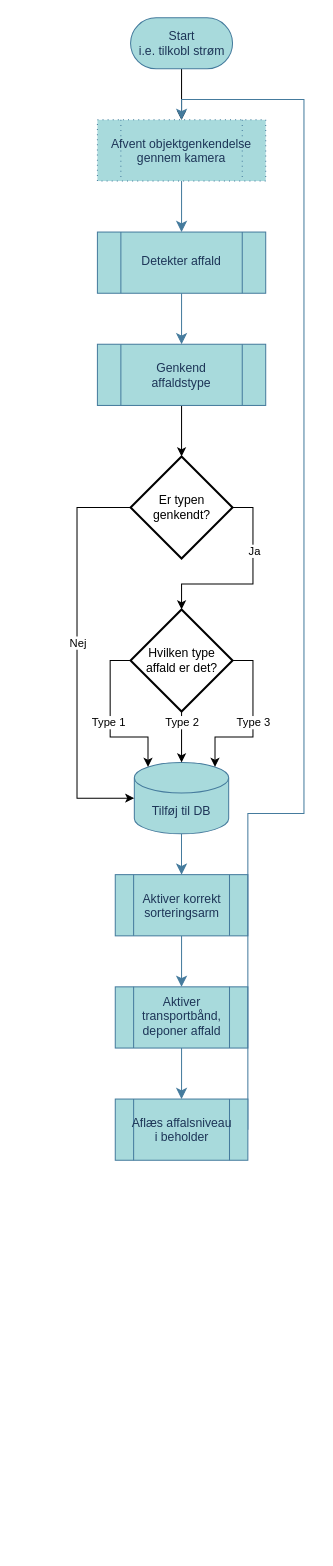
This is hardware.drawio from KEA-F25-B8-IoT2/SAAS, a draw.io file, before an edit. Source tidied: cells renumbered, new cells numbered last; positions are measured from the earlier drawing's top-left corner, leaving out a move shared by most shapes. Both pictures are drawn from the tidied source at 102%, with x=0, y=0 at pixel (76, 17).
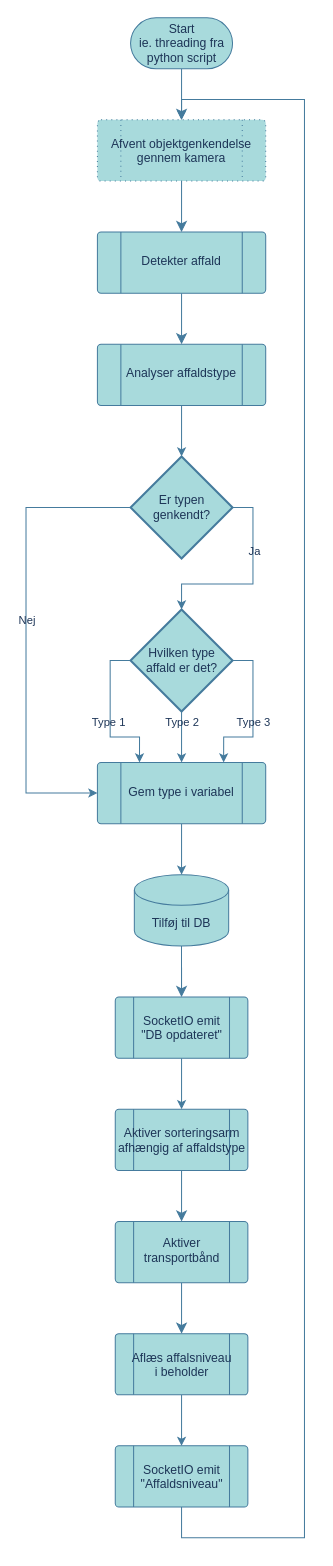
Above is the later version.

Diff of the diagram source:
```diff
@@
-    <mxCell id="2" style="edgeStyle=orthogonalEdgeStyle;rounded=0;jettySize=auto;html=1;" parent="1" edge="1" source="3" target="5">
+    <mxCell id="2" style="edgeStyle=orthogonalEdgeStyle;rounded=0;jettySize=auto;html=1;labelBackgroundColor=none;strokeColor=#457B9D;fontColor=default;" parent="1" edge="1" source="3" target="5">
       <mxGeometry relative="1" as="geometry" />
     </mxCell>
-    <mxCell id="3" value="Start&lt;br&gt;i.e. tilkobl strøm" style="html=1;dashed=0;whiteSpace=wrap;shape=mxgraph.dfd.start;rounded=0;labelBackgroundColor=none;fillColor=#A8DADC;strokeColor=#457B9D;fontColor=#1D3557;" parent="1" vertex="1">
+    <mxCell id="3" value="Start&lt;div&gt;ie. threading fra python script&lt;/div&gt;" style="html=1;dashed=0;whiteSpace=wrap;shape=mxgraph.dfd.start;rounded=0;labelBackgroundColor=none;fillColor=#A8DADC;strokeColor=#457B9D;fontColor=#1D3557;" parent="1" vertex="1">
       <mxGeometry x="52.5" width="100" height="50" as="geometry" />
     </mxCell>
@@
-    <mxCell id="5" value="Afvent objektgenkendelse&lt;br&gt;gennem kamera" style="verticalLabelPosition=bottom;verticalAlign=top;html=1;shape=process;whiteSpace=wrap;rounded=0;size=0.14;arcSize=6;align=center;spacingTop=-50;strokeColor=#457B9D;dashed=1;dashPattern=1 4;labelBackgroundColor=none;fillColor=#A8DADC;fontColor=#1D3557;" parent="1" vertex="1">
+    <mxCell id="5" value="Afvent objektgenkendelse&lt;br&gt;gennem kamera" style="verticalLabelPosition=bottom;verticalAlign=top;html=1;shape=process;whiteSpace=wrap;rounded=1;size=0.14;arcSize=6;align=center;spacingTop=-50;strokeColor=#457B9D;dashed=1;dashPattern=1 4;labelBackgroundColor=none;fillColor=#A8DADC;fontColor=#1D3557;" parent="1" vertex="1">
       <mxGeometry x="20" y="100" width="165" height="60" as="geometry" />
     </mxCell>
-    <mxCell id="6" style="edgeStyle=orthogonalEdgeStyle;rounded=0;jettySize=auto;html=1;" parent="1" edge="1" source="7" target="18">
+    <mxCell id="6" style="edgeStyle=orthogonalEdgeStyle;rounded=0;jettySize=auto;html=1;labelBackgroundColor=none;strokeColor=#457B9D;fontColor=default;" parent="1" edge="1" source="7" target="18">
       <mxGeometry relative="1" as="geometry" />
     </mxCell>
-    <mxCell id="7" value="Genkend&lt;br&gt;affaldstype" style="verticalLabelPosition=bottom;verticalAlign=top;html=1;shape=process;whiteSpace=wrap;rounded=0;size=0.14;arcSize=6;align=center;spacingTop=-50;labelBackgroundColor=none;fillColor=#A8DADC;strokeColor=#457B9D;fontColor=#1D3557;" parent="1" vertex="1">
+    <mxCell id="7" value="Analyser affaldstype" style="verticalLabelPosition=bottom;verticalAlign=top;html=1;shape=process;whiteSpace=wrap;rounded=1;size=0.14;arcSize=6;align=center;spacingTop=-45;labelBackgroundColor=none;fillColor=#A8DADC;strokeColor=#457B9D;fontColor=#1D3557;" parent="1" vertex="1">
       <mxGeometry x="20" y="320" width="165" height="60" as="geometry" />
     </mxCell>
-    <mxCell id="8" style="edgeStyle=none;curved=1;rounded=0;jettySize=auto;html=1;exitX=0.5;exitY=1;exitDx=0;exitDy=0;exitPerimeter=0;strokeColor=#457B9D;fontSize=12;fontColor=#1D3557;startSize=8;endSize=8;fillColor=#A8DADC;" parent="1" edge="1" source="9" target="11">
+    <mxCell id="8" style="edgeStyle=none;curved=1;rounded=0;jettySize=auto;html=1;exitX=0.5;exitY=1;exitDx=0;exitDy=0;exitPerimeter=0;strokeColor=#457B9D;fontSize=12;fontColor=default;startSize=8;endSize=8;fillColor=#A8DADC;entryX=0.5;entryY=0;entryDx=0;entryDy=0;labelBackgroundColor=none;" parent="1" edge="1" source="9" target="35">
       <mxGeometry relative="1" as="geometry" />
     </mxCell>
     <mxCell id="9" value="Tilføj til DB" style="shape=cylinder3;whiteSpace=wrap;html=1;boundedLbl=1;backgroundOutline=1;size=15;rounded=0;labelBackgroundColor=none;fillColor=#A8DADC;strokeColor=#457B9D;fontColor=#1D3557;" parent="1" vertex="1">
-      <mxGeometry x="56.2" y="730" width="92.5" height="70" as="geometry" />
+      <mxGeometry x="56.2" y="840" width="92.5" height="70" as="geometry" />
     </mxCell>
@@
-    <mxCell id="11" value="Aktiver korrekt&lt;div&gt;sorteringsarm&lt;/div&gt;" style="verticalLabelPosition=bottom;verticalAlign=top;html=1;shape=process;whiteSpace=wrap;rounded=0;size=0.14;arcSize=6;align=center;spacingTop=-50;labelBackgroundColor=none;fillColor=#A8DADC;strokeColor=#457B9D;fontColor=#1D3557;" parent="1" vertex="1">
-      <mxGeometry x="37.5" y="840" width="130" height="60" as="geometry" />
+    <mxCell id="11" value="Aktiver sorteringsarm&lt;div&gt;afhængig af affaldstype&lt;/div&gt;" style="verticalLabelPosition=bottom;verticalAlign=top;html=1;shape=process;whiteSpace=wrap;rounded=1;size=0.14;arcSize=6;align=center;spacingTop=-50;labelBackgroundColor=none;fillColor=#A8DADC;strokeColor=#457B9D;fontColor=#1D3557;" parent="1" vertex="1">
+      <mxGeometry x="37.5" y="1070" width="130" height="60" as="geometry" />
     </mxCell>
@@
-    <mxCell id="13" value="Detekter affald" style="verticalLabelPosition=bottom;verticalAlign=top;html=1;shape=process;whiteSpace=wrap;rounded=0;size=0.14;arcSize=6;align=center;spacingTop=-45;labelBackgroundColor=none;fillColor=#A8DADC;strokeColor=#457B9D;fontColor=#1D3557;" parent="1" vertex="1">
+    <mxCell id="13" value="Detekter affald" style="verticalLabelPosition=bottom;verticalAlign=top;html=1;shape=process;whiteSpace=wrap;rounded=1;size=0.14;arcSize=6;align=center;spacingTop=-45;labelBackgroundColor=none;fillColor=#A8DADC;strokeColor=#457B9D;fontColor=#1D3557;" parent="1" vertex="1">
       <mxGeometry x="20" y="210" width="165" height="60" as="geometry" />
     </mxCell>
@@
-    <mxCell id="15" value="Aktiver &lt;br&gt;transportbånd,&lt;br&gt;deponer affald" style="verticalLabelPosition=bottom;verticalAlign=top;html=1;shape=process;whiteSpace=wrap;rounded=0;size=0.14;arcSize=6;align=center;spacingTop=-59;labelBackgroundColor=none;fillColor=#A8DADC;strokeColor=#457B9D;fontColor=#1D3557;" parent="1" vertex="1">
-      <mxGeometry x="37.5" y="950" width="130" height="60" as="geometry" />
+    <mxCell id="15" value="Aktiver &lt;br&gt;transportbånd" style="verticalLabelPosition=bottom;verticalAlign=top;html=1;shape=process;whiteSpace=wrap;rounded=1;size=0.14;arcSize=6;align=center;spacingTop=-52;labelBackgroundColor=none;fillColor=#A8DADC;strokeColor=#457B9D;fontColor=#1D3557;" parent="1" vertex="1">
+      <mxGeometry x="37.5" y="1180" width="130" height="60" as="geometry" />
     </mxCell>
-    <mxCell id="16" style="edgeStyle=orthogonalEdgeStyle;rounded=0;jettySize=auto;html=1;exitX=1;exitY=0.5;exitDx=0;exitDy=0;entryX=0.5;entryY=0;entryDx=0;entryDy=0;fontSize=12;startSize=8;endSize=8;labelBackgroundColor=none;strokeColor=#457B9D;fontColor=default;" parent="1" edge="1" source="17" target="5">
+    <mxCell id="16" style="edgeStyle=orthogonalEdgeStyle;rounded=0;jettySize=auto;html=1;exitX=0.5;exitY=1;exitDx=0;exitDy=0;entryX=0.5;entryY=0;entryDx=0;entryDy=0;fontSize=12;startSize=8;endSize=8;labelBackgroundColor=none;strokeColor=#457B9D;fontColor=default;" parent="1" edge="1" source="36" target="5">
       <mxGeometry relative="1" as="geometry">
         <Array as="points">
-          <mxPoint x="222.5" y="780" />
-          <mxPoint x="222.5" y="80" />
-          <mxPoint x="102.5" y="80" />
+          <mxPoint x="103" y="1490" />
+          <mxPoint x="223" y="1490" />
+          <mxPoint x="223" y="80" />
+          <mxPoint x="103" y="80" />
         </Array>
       </mxGeometry>
     </mxCell>
+    <mxCell id="30" style="edgeStyle=orthogonalEdgeStyle;rounded=0;jettySize=auto;html=1;labelBackgroundColor=none;strokeColor=#457B9D;fontColor=default;" parent="1" edge="1" source="17" target="36">
+      <mxGeometry relative="1" as="geometry" />
+    </mxCell>
-    <mxCell id="17" value="Aflæs affalsniveau&lt;br&gt;i beholder" style="verticalLabelPosition=bottom;verticalAlign=top;html=1;shape=process;whiteSpace=wrap;rounded=0;size=0.14;arcSize=6;align=center;spacingTop=-50;labelBackgroundColor=none;fillColor=#A8DADC;strokeColor=#457B9D;fontColor=#1D3557;" parent="1" vertex="1">
-      <mxGeometry x="37.5" y="1060" width="130" height="60" as="geometry" />
+    <mxCell id="17" value="Aflæs affalsniveau&lt;br&gt;i beholder" style="verticalLabelPosition=bottom;verticalAlign=top;html=1;shape=process;whiteSpace=wrap;rounded=1;size=0.14;arcSize=6;align=center;spacingTop=-50;labelBackgroundColor=none;fillColor=#A8DADC;strokeColor=#457B9D;fontColor=#1D3557;" parent="1" vertex="1">
+      <mxGeometry x="37.5" y="1290" width="130" height="60" as="geometry" />
     </mxCell>
-    <mxCell id="18" value="Er typen genkendt?" style="strokeWidth=2;html=1;shape=mxgraph.flowchart.decision;whiteSpace=wrap;" parent="1" vertex="1">
+    <mxCell id="18" value="Er typen genkendt?" style="strokeWidth=2;html=1;shape=mxgraph.flowchart.decision;whiteSpace=wrap;labelBackgroundColor=none;fillColor=#A8DADC;strokeColor=#457B9D;fontColor=#1D3557;" parent="1" vertex="1">
       <mxGeometry x="52.5" y="430" width="100" height="100" as="geometry" />
     </mxCell>
-    <mxCell id="19" style="edgeStyle=orthogonalEdgeStyle;rounded=0;jettySize=auto;html=1;" parent="1" edge="1" source="21" target="9">
-      <mxGeometry relative="1" as="geometry" />
-    </mxCell>
+    <mxCell id="31" style="edgeStyle=orthogonalEdgeStyle;rounded=0;jettySize=auto;html=1;labelBackgroundColor=none;strokeColor=#457B9D;fontColor=default;" parent="1" edge="1" source="21" target="33">
+      <mxGeometry relative="1" as="geometry" />
+    </mxCell>
-    <mxCell id="20" value="Type 2" style="edgeLabel;html=1;align=center;verticalAlign=middle;" parent="19" vertex="1">
-      <mxGeometry x="0.28" y="-2" relative="1" as="geometry">
-        <mxPoint x="2" y="-22" as="offset" />
+    <mxCell id="20" value="Type 2" style="edgeLabel;html=1;align=center;verticalAlign=middle;labelBackgroundColor=none;fontColor=#1D3557;" parent="31" vertex="1">
+      <mxGeometry x="0.2" y="3" relative="1" as="geometry">
+        <mxPoint x="-3" y="-20" as="offset" />
       </mxGeometry>
     </mxCell>
-    <mxCell id="21" value="Hvilken type &lt;br&gt;affald er det?" style="strokeWidth=2;html=1;shape=mxgraph.flowchart.decision;whiteSpace=wrap;" parent="1" vertex="1">
+    <mxCell id="21" value="Hvilken type &lt;br&gt;affald er det?" style="strokeWidth=2;html=1;shape=mxgraph.flowchart.decision;whiteSpace=wrap;labelBackgroundColor=none;fillColor=#A8DADC;strokeColor=#457B9D;fontColor=#1D3557;" parent="1" vertex="1">
       <mxGeometry x="52.5" y="580" width="100" height="100" as="geometry" />
     </mxCell>
-    <mxCell id="22" style="edgeStyle=orthogonalEdgeStyle;rounded=0;jettySize=auto;html=1;exitX=1;exitY=0.5;exitDx=0;exitDy=0;exitPerimeter=0;entryX=0.5;entryY=0;entryDx=0;entryDy=0;entryPerimeter=0;" parent="1" edge="1" source="18" target="21">
+    <mxCell id="22" style="edgeStyle=orthogonalEdgeStyle;rounded=0;jettySize=auto;html=1;exitX=1;exitY=0.5;exitDx=0;exitDy=0;exitPerimeter=0;entryX=0.5;entryY=0;entryDx=0;entryDy=0;entryPerimeter=0;labelBackgroundColor=none;strokeColor=#457B9D;fontColor=default;" parent="1" edge="1" source="18" target="21">
       <mxGeometry relative="1" as="geometry" />
     </mxCell>
-    <mxCell id="23" value="Ja" style="edgeLabel;html=1;align=center;verticalAlign=middle;" parent="22" vertex="1">
+    <mxCell id="23" value="Ja" style="edgeLabel;html=1;align=center;verticalAlign=middle;labelBackgroundColor=none;fontColor=#1D3557;" parent="22" vertex="1">
       <mxGeometry x="-0.35" y="1" relative="1" as="geometry" />
     </mxCell>
-    <mxCell id="24" style="edgeStyle=orthogonalEdgeStyle;rounded=0;jettySize=auto;html=1;exitX=0;exitY=0.5;exitDx=0;exitDy=0;exitPerimeter=0;entryX=0;entryY=0.5;entryDx=0;entryDy=0;entryPerimeter=0;" parent="1" edge="1" source="18" target="9">
+    <mxCell id="24" style="edgeStyle=orthogonalEdgeStyle;rounded=0;jettySize=auto;html=1;entryX=0;entryY=0.5;entryDx=0;entryDy=0;exitX=0;exitY=0.5;exitDx=0;exitDy=0;exitPerimeter=0;labelBackgroundColor=none;strokeColor=#457B9D;fontColor=default;" parent="1" edge="1" source="18" target="33">
       <mxGeometry relative="1" as="geometry">
         <Array as="points">
-          <mxPoint y="480" />
-          <mxPoint y="765" />
+          <mxPoint x="-50" y="480" />
+          <mxPoint x="-50" y="760" />
         </Array>
       </mxGeometry>
     </mxCell>
-    <mxCell id="25" value="Nej" style="edgeLabel;html=1;align=center;verticalAlign=middle;" parent="24" vertex="1">
+    <mxCell id="25" value="Nej" style="edgeLabel;html=1;align=center;verticalAlign=middle;labelBackgroundColor=none;fontColor=#1D3557;" parent="24" vertex="1">
       <mxGeometry x="-0.06" relative="1" as="geometry" />
     </mxCell>
-    <mxCell id="26" style="edgeStyle=orthogonalEdgeStyle;rounded=0;jettySize=auto;html=1;exitX=0;exitY=0.5;exitDx=0;exitDy=0;exitPerimeter=0;entryX=0.145;entryY=0;entryDx=0;entryDy=4.35;entryPerimeter=0;" parent="1" edge="1" source="21" target="9">
+    <mxCell id="26" style="edgeStyle=orthogonalEdgeStyle;rounded=0;jettySize=auto;html=1;exitX=0;exitY=0.5;exitDx=0;exitDy=0;exitPerimeter=0;entryX=0.25;entryY=0;entryDx=0;entryDy=0;labelBackgroundColor=none;strokeColor=#457B9D;fontColor=default;" parent="1" edge="1" source="21" target="33">
       <mxGeometry relative="1" as="geometry" />
     </mxCell>
-    <mxCell id="27" value="Type 1" style="edgeLabel;html=1;align=center;verticalAlign=middle;" parent="26" vertex="1">
+    <mxCell id="27" value="Type 1" style="edgeLabel;html=1;align=center;verticalAlign=middle;labelBackgroundColor=none;fontColor=#1D3557;" parent="26" vertex="1">
       <mxGeometry x="-0.07" y="-2" relative="1" as="geometry">
-        <mxPoint y="5" as="offset" />
+        <mxPoint y="11" as="offset" />
       </mxGeometry>
     </mxCell>
-    <mxCell id="28" style="edgeStyle=orthogonalEdgeStyle;rounded=0;jettySize=auto;html=1;exitX=1;exitY=0.5;exitDx=0;exitDy=0;exitPerimeter=0;entryX=0.855;entryY=0;entryDx=0;entryDy=4.35;entryPerimeter=0;" parent="1" edge="1" source="21" target="9">
+    <mxCell id="28" style="edgeStyle=orthogonalEdgeStyle;rounded=0;jettySize=auto;html=1;exitX=1;exitY=0.5;exitDx=0;exitDy=0;exitPerimeter=0;entryX=0.75;entryY=0;entryDx=0;entryDy=0;labelBackgroundColor=none;strokeColor=#457B9D;fontColor=default;" parent="1" edge="1" source="21" target="33">
       <mxGeometry relative="1" as="geometry" />
     </mxCell>
-    <mxCell id="29" value="Type 3" style="edgeLabel;html=1;align=center;verticalAlign=middle;" parent="28" vertex="1">
+    <mxCell id="29" value="Type 3" style="edgeLabel;html=1;align=center;verticalAlign=middle;labelBackgroundColor=none;fontColor=#1D3557;" parent="28" vertex="1">
       <mxGeometry x="-0.32" relative="1" as="geometry">
-        <mxPoint y="25" as="offset" />
+        <mxPoint y="29" as="offset" />
       </mxGeometry>
     </mxCell>
+    <mxCell id="32" style="edgeStyle=orthogonalEdgeStyle;rounded=0;jettySize=auto;html=1;labelBackgroundColor=none;strokeColor=#457B9D;fontColor=default;" parent="1" edge="1" source="33" target="9">
+      <mxGeometry relative="1" as="geometry" />
+    </mxCell>
+    <mxCell id="33" value="Gem type i variabel" style="verticalLabelPosition=bottom;verticalAlign=top;html=1;shape=process;whiteSpace=wrap;rounded=1;size=0.14;arcSize=6;align=center;spacingTop=-45;labelBackgroundColor=none;fillColor=#A8DADC;strokeColor=#457B9D;fontColor=#1D3557;" parent="1" vertex="1">
+      <mxGeometry x="20" y="730" width="165" height="60" as="geometry" />
+    </mxCell>
+    <mxCell id="34" style="edgeStyle=orthogonalEdgeStyle;rounded=0;jettySize=auto;html=1;labelBackgroundColor=none;strokeColor=#457B9D;fontColor=default;" parent="1" edge="1" source="35" target="11">
+      <mxGeometry relative="1" as="geometry" />
+    </mxCell>
+    <mxCell id="35" value="SocketIO emit&lt;div&gt;&quot;DB opdateret&quot;&lt;/div&gt;" style="verticalLabelPosition=bottom;verticalAlign=top;html=1;shape=process;whiteSpace=wrap;rounded=1;size=0.14;arcSize=6;align=center;spacingTop=-50;labelBackgroundColor=none;fillColor=#A8DADC;strokeColor=#457B9D;fontColor=#1D3557;" parent="1" vertex="1">
+      <mxGeometry x="37.5" y="960" width="130" height="60" as="geometry" />
+    </mxCell>
+    <mxCell id="36" value="SocketIO emit&lt;div&gt;&quot;Affaldsniveau&quot;&lt;/div&gt;" style="verticalLabelPosition=bottom;verticalAlign=top;html=1;shape=process;whiteSpace=wrap;rounded=1;size=0.14;arcSize=6;align=center;spacingTop=-50;labelBackgroundColor=none;fillColor=#A8DADC;strokeColor=#457B9D;fontColor=#1D3557;" parent="1" vertex="1">
+      <mxGeometry x="37.5" y="1400" width="130" height="60" as="geometry" />
+    </mxCell>
```
